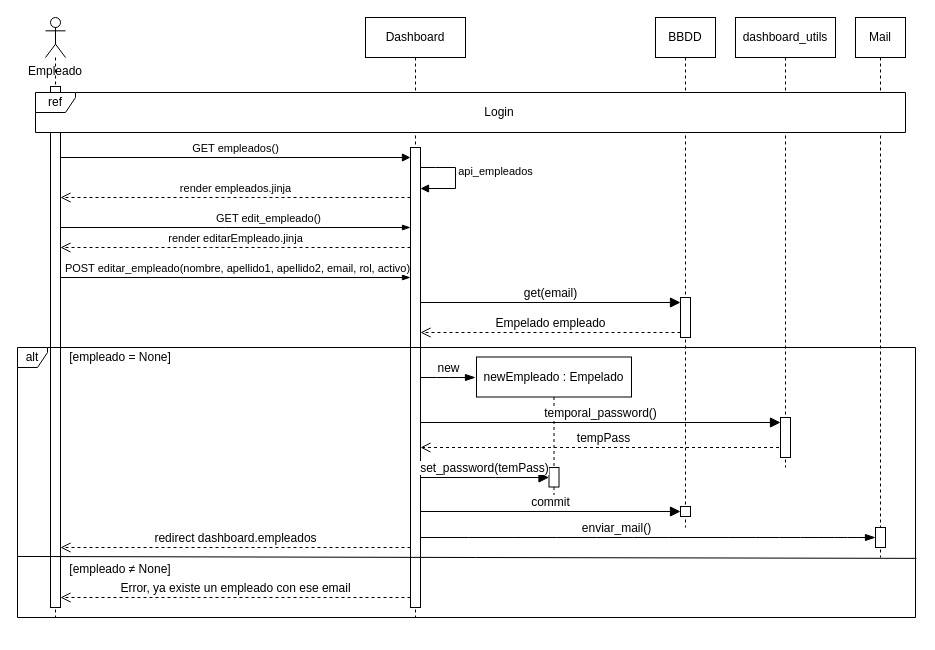
humaral/tfg keeps this draw.io diagram as page "Secuencia Crear Empleado" (12 of 15) of documents/img/diagramas/TFG.drawio. Above is the earlier version. Source tidied: cells renumbered, new cells numbered last; positions are measured from the earlier drawing's top-left corner, leaving out a move shared by most shapes. Both pictures are drawn from the tidied source at 100%, with x=0, y=0 at pixel (17, 17).
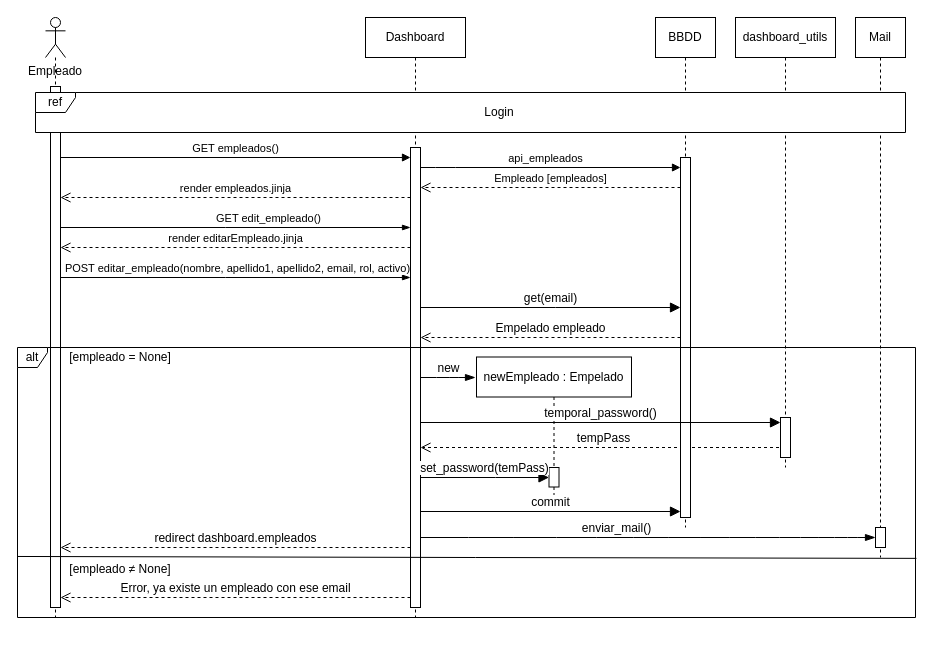
Above is the later version.

Unchanged cells that the change refers to:
```xml
<mxCell id="9" value="Dashboard" style="shape=umlLifeline;perimeter=lifelinePerimeter;whiteSpace=wrap;html=1;newEdgeStyle={&quot;edgeStyle&quot;:&quot;elbowEdgeStyle&quot;,&quot;elbow&quot;:&quot;vertical&quot;,&quot;curved&quot;:0,&quot;rounded&quot;:0};" parent="1" vertex="1">
  <mxGeometry x="348" width="100" height="600" as="geometry" />
</mxCell>
<mxCell id="10" style="html=1;points=[[0,0,0,0,5],[0,1,0,0,-5],[1,0,0,0,5],[1,1,0,0,-5]];perimeter=orthogonalPerimeter;outlineConnect=0;targetShapes=umlLifeline;portConstraint=eastwest;newEdgeStyle={&quot;curved&quot;:0,&quot;rounded&quot;:0};" parent="9" vertex="1">
  <mxGeometry x="45" y="130" width="10" height="460" as="geometry" />
</mxCell>
<mxCell id="14" value="BBDD" style="shape=umlLifeline;perimeter=lifelinePerimeter;whiteSpace=wrap;html=1;newEdgeStyle={&quot;curved&quot;:0,&quot;rounded&quot;:0};" parent="1" vertex="1">
  <mxGeometry x="638" width="60" height="510" as="geometry" />
</mxCell>
```

What changed in the source:
```diff
@@
-    <mxCell id="11" value="api_empleados" style="html=1;verticalAlign=bottom;endArrow=block;curved=0;rounded=0;" parent="9" edge="1" source="10">
-      <mxGeometry x="0.05" y="40" relative="1" as="geometry">
-        <mxPoint x="55" y="171" as="targetPoint" />
-        <Array as="points">
-          <mxPoint x="70" y="150" />
-          <mxPoint x="90" y="150" />
-          <mxPoint x="90" y="171" />
-        </Array>
-      </mxGeometry>
-    </mxCell>
@@
     <mxCell id="15" style="html=1;points=[[0,0,0,0,5],[0,1,0,0,-5],[1,0,0,0,5],[1,1,0,0,-5]];perimeter=orthogonalPerimeter;outlineConnect=0;targetShapes=umlLifeline;portConstraint=eastwest;newEdgeStyle={&quot;curved&quot;:0,&quot;rounded&quot;:0};" parent="14" vertex="1">
-      <mxGeometry x="25" y="280" width="10" height="40" as="geometry" />
+      <mxGeometry x="25" y="140" width="10" height="360" as="geometry" />
     </mxCell>
-    <mxCell id="16" style="html=1;points=[[0,0,0,0,5],[0,1,0,0,-5],[1,0,0,0,5],[1,1,0,0,-5]];perimeter=orthogonalPerimeter;outlineConnect=0;targetShapes=umlLifeline;portConstraint=eastwest;newEdgeStyle={&quot;curved&quot;:0,&quot;rounded&quot;:0};" parent="14" vertex="1">
-      <mxGeometry x="25" y="489" width="10" height="10" as="geometry" />
-    </mxCell>
@@
-    <mxCell id="25" value="get(email)" style="html=1;verticalAlign=bottom;endArrow=block;curved=0;rounded=0;entryX=0;entryY=0;entryDx=0;entryDy=5;fontSize=12;startSize=8;endSize=8;" parent="1" edge="1" source="10" target="15">
-      <mxGeometry relative="1" as="geometry" />
+    <mxCell id="25" value="get(email)" style="html=1;verticalAlign=bottom;endArrow=block;curved=0;rounded=0;fontSize=12;startSize=8;endSize=8;" parent="1" edge="1" source="10" target="15">
+      <mxGeometry relative="1" as="geometry">
+        <Array as="points">
+          <mxPoint x="538" y="290" />
+        </Array>
+      </mxGeometry>
     </mxCell>
-    <mxCell id="26" value="Empelado empleado" style="html=1;verticalAlign=bottom;endArrow=open;dashed=1;endSize=8;curved=0;rounded=0;exitX=0;exitY=1;exitDx=0;exitDy=-5;fontSize=12;" parent="1" edge="1" source="15" target="10">
-      <mxGeometry relative="1" as="geometry" />
+    <mxCell id="26" value="Empelado empleado" style="html=1;verticalAlign=bottom;endArrow=open;dashed=1;endSize=8;curved=0;rounded=0;fontSize=12;" parent="1" edge="1" source="15" target="10">
+      <mxGeometry relative="1" as="geometry">
+        <Array as="points">
+          <mxPoint x="538" y="320" />
+        </Array>
+      </mxGeometry>
     </mxCell>
@@
-    <mxCell id="38" value="commit" style="html=1;verticalAlign=bottom;endArrow=block;curved=0;rounded=0;entryX=0;entryY=0;entryDx=0;entryDy=5;fontSize=12;startSize=8;endSize=8;" parent="1" edge="1" source="10" target="16">
-      <mxGeometry relative="1" as="geometry" />
+    <mxCell id="38" value="commit" style="html=1;verticalAlign=bottom;endArrow=block;curved=0;rounded=0;entryX=0;entryY=0;entryDx=0;entryDy=5;fontSize=12;startSize=8;endSize=8;" parent="1" edge="1" source="10">
+      <mxGeometry relative="1" as="geometry">
+        <mxPoint x="663" y="494" as="targetPoint" />
+      </mxGeometry>
     </mxCell>
@@
+    <mxCell id="11" value="api_empleados" style="html=1;verticalAlign=bottom;endArrow=block;curved=0;rounded=0;" parent="1" edge="1" source="10" target="15">
+      <mxGeometry x="-0.04" relative="1" as="geometry">
+        <Array as="points">
+          <mxPoint x="418" y="150" />
+          <mxPoint x="438" y="150" />
+        </Array>
+      </mxGeometry>
+    </mxCell>
+    <mxCell id="43" value="Empleado [empleados]" style="html=1;verticalAlign=bottom;endArrow=open;dashed=1;endSize=8;curved=0;rounded=0;" parent="1" edge="1" source="15" target="10">
+      <mxGeometry relative="1" as="geometry">
+        <Array as="points">
+          <mxPoint x="528" y="170" />
+        </Array>
+      </mxGeometry>
+    </mxCell>
```
